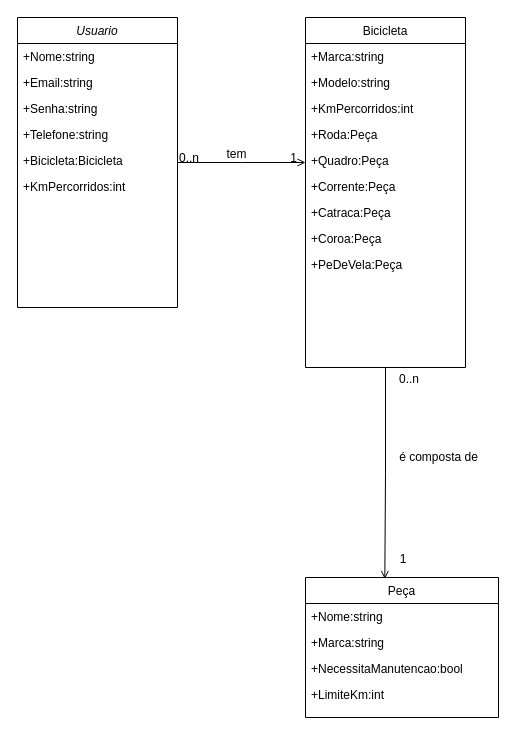
Earlier version of the draw.io diagram PedalLabsDiagrama.drawio (joaopaulocunhafaria/Flutter-Pedal-Labs-App). Source tidied: cells renumbered, new cells numbered last; positions are measured from the earlier drawing's top-left corner, leaving out a move shared by most shapes. Both pictures are drawn from the tidied source at 100%, with x=0, y=0 at pixel (17, 17).
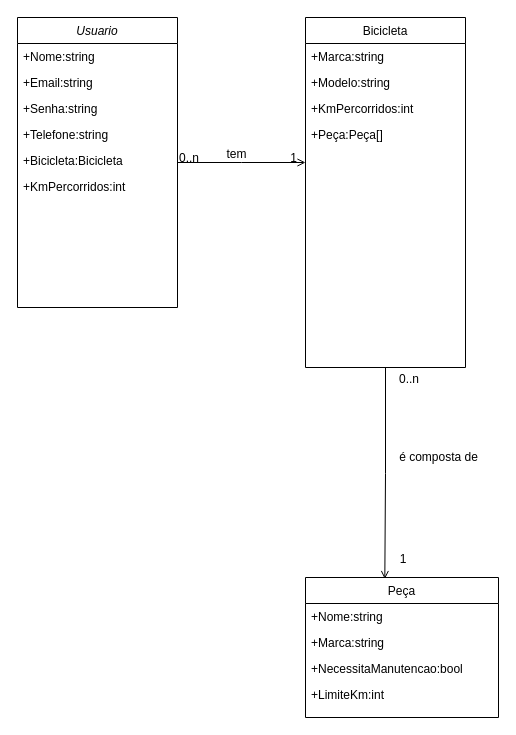
After the change.

Unchanged cells that the change refers to:
```xml
<mxCell id="14" value="Bicicleta" style="swimlane;fontStyle=0;align=center;verticalAlign=top;horizontal=1;startSize=26;rounded=0;shadow=0;strokeWidth=1;" parent="1" vertex="1">
  <mxGeometry x="288" width="160" height="350" as="geometry" />
</mxCell>
```

What changed in the source:
```diff
@@
-    <mxCell id="18" value="+Roda:Peça" style="text;align=left;verticalAlign=top;spacingLeft=4;spacingRight=4;overflow=hidden;rounded=0;shadow=0;html=0;" parent="14" vertex="1">
+    <mxCell id="18" value="+Peça:Peça[]" style="text;align=left;verticalAlign=top;spacingLeft=4;spacingRight=4;overflow=hidden;rounded=0;shadow=0;html=0;" parent="14" vertex="1">
       <mxGeometry y="104" width="160" height="26" as="geometry" />
     </mxCell>
-    <mxCell id="19" value="+Quadro:Peça" style="text;align=left;verticalAlign=top;spacingLeft=4;spacingRight=4;overflow=hidden;rounded=0;shadow=0;html=0;" parent="14" vertex="1">
-      <mxGeometry y="130" width="160" height="26" as="geometry" />
-    </mxCell>
-    <mxCell id="20" value="+Corrente:Peça" style="text;align=left;verticalAlign=top;spacingLeft=4;spacingRight=4;overflow=hidden;rounded=0;shadow=0;html=0;" parent="14" vertex="1">
-      <mxGeometry y="156" width="160" height="26" as="geometry" />
-    </mxCell>
-    <mxCell id="21" value="+Catraca:Peça" style="text;align=left;verticalAlign=top;spacingLeft=4;spacingRight=4;overflow=hidden;rounded=0;shadow=0;html=0;" parent="14" vertex="1">
-      <mxGeometry y="182" width="160" height="26" as="geometry" />
-    </mxCell>
-    <mxCell id="22" value="+Coroa:Peça" style="text;align=left;verticalAlign=top;spacingLeft=4;spacingRight=4;overflow=hidden;rounded=0;shadow=0;html=0;" parent="14" vertex="1">
-      <mxGeometry y="208" width="160" height="26" as="geometry" />
-    </mxCell>
-    <mxCell id="23" value="+PeDeVela:Peça" style="text;align=left;verticalAlign=top;spacingLeft=4;spacingRight=4;overflow=hidden;rounded=0;shadow=0;html=0;" parent="14" vertex="1">
-      <mxGeometry y="234" width="160" height="26" as="geometry" />
-    </mxCell>
```
